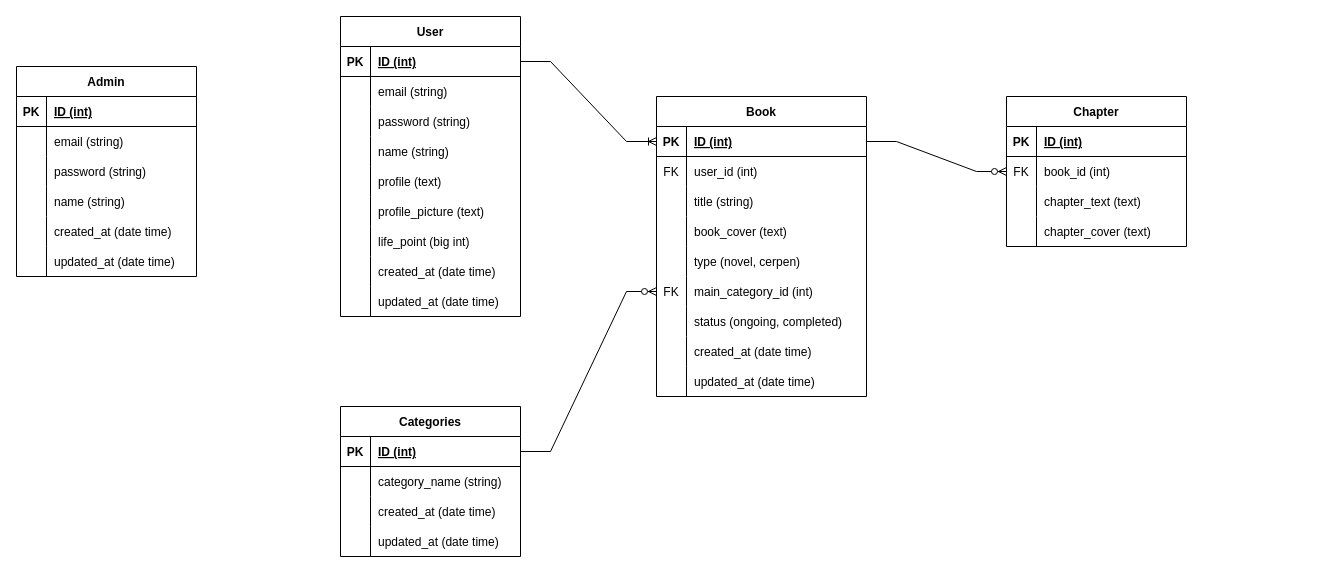
Earlier version of the draw.io diagram GedeBook Sprint 1.drawio (bimonugraraga/gedebook-api). Source tidied: cells renumbered, new cells numbered last; positions are measured from the earlier drawing's top-left corner, leaving out a move shared by most shapes. Both pictures are drawn from the tidied source at 100%, with x=0, y=0 at pixel (16, 16).
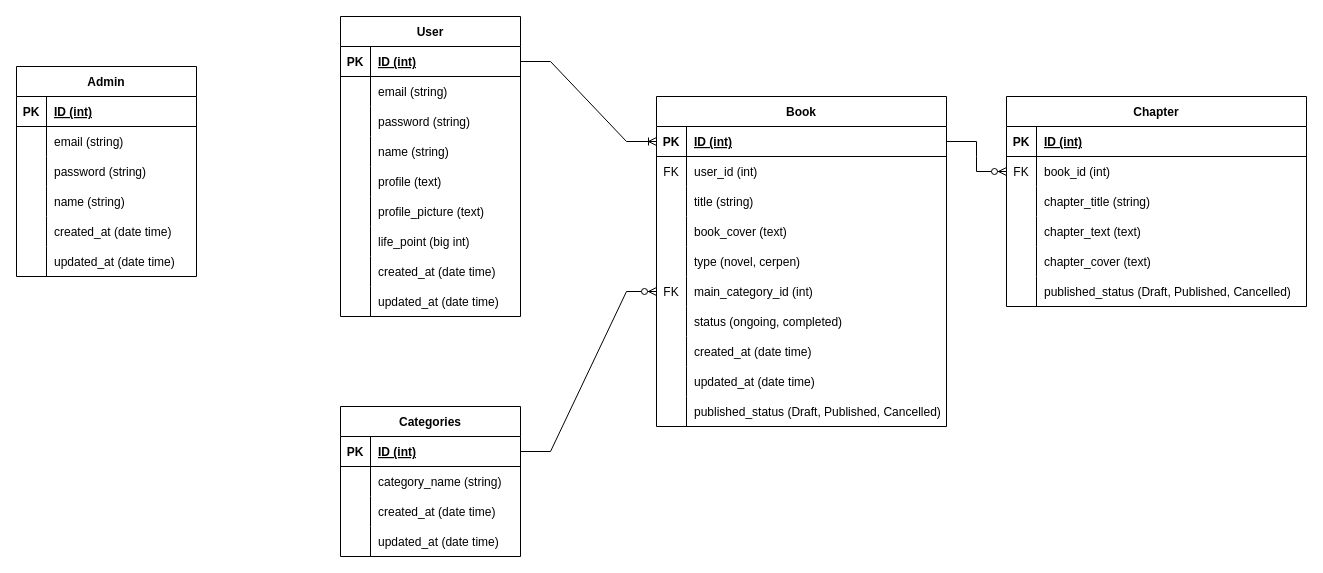
Above is the later version.

What changed in the source:
```diff
@@
     <mxCell id="62" value="Book" style="shape=table;startSize=30;childLayout=tableLayout;rowLines=0;fontStyle=1;align=center;" parent="1" vertex="1">
-      <mxGeometry x="640" y="80" width="210" height="300" as="geometry" />
+      <mxGeometry x="640" y="80" width="290" height="330" as="geometry" />
     </mxCell>
     <mxCell id="63" style="shape=tableRow;horizontal=0;startSize=0;swimlaneHead=0;swimlaneBody=0;fillColor=none;points=[[0,0.5],[1,0.5]];portConstraint=eastwest;top=0;left=0;right=0;bottom=1;" parent="62" vertex="1">
-      <mxGeometry y="30" width="210" height="30" as="geometry" />
+      <mxGeometry y="30" width="290" height="30" as="geometry" />
     </mxCell>
@@
     <mxCell id="65" value="ID (int)" style="shape=partialRectangle;fillColor=none;top=0;left=0;bottom=0;right=0;align=left;spacingLeft=6;fontStyle=5;overflow=hidden;" parent="63" vertex="1">
-      <mxGeometry x="30" width="180" height="30" as="geometry" />
+      <mxGeometry x="30" width="260" height="30" as="geometry" />
     </mxCell>
     <mxCell id="66" style="shape=tableRow;horizontal=0;startSize=0;swimlaneHead=0;swimlaneBody=0;fillColor=none;top=0;left=0;right=0;bottom=0;" parent="62" vertex="1">
-      <mxGeometry y="60" width="210" height="30" as="geometry" />
+      <mxGeometry y="60" width="290" height="30" as="geometry" />
     </mxCell>
@@
     <mxCell id="68" value="user_id (int)" style="shape=partialRectangle;fillColor=none;top=0;left=0;bottom=0;right=0;align=left;spacingLeft=6;overflow=hidden;" parent="66" vertex="1">
-      <mxGeometry x="30" width="180" height="30" as="geometry" />
+      <mxGeometry x="30" width="260" height="30" as="geometry" />
     </mxCell>
     <mxCell id="69" style="shape=tableRow;horizontal=0;startSize=0;swimlaneHead=0;swimlaneBody=0;fillColor=none;top=0;left=0;right=0;bottom=0;" parent="62" vertex="1">
-      <mxGeometry y="90" width="210" height="30" as="geometry" />
+      <mxGeometry y="90" width="290" height="30" as="geometry" />
     </mxCell>
@@
     <mxCell id="71" value="title (string)" style="shape=partialRectangle;fillColor=none;top=0;left=0;bottom=0;right=0;align=left;spacingLeft=6;overflow=hidden;" parent="69" vertex="1">
-      <mxGeometry x="30" width="180" height="30" as="geometry" />
+      <mxGeometry x="30" width="260" height="30" as="geometry" />
     </mxCell>
     <mxCell id="72" style="shape=tableRow;horizontal=0;startSize=0;swimlaneHead=0;swimlaneBody=0;fillColor=none;top=0;left=0;right=0;bottom=0;" parent="62" vertex="1">
-      <mxGeometry y="120" width="210" height="30" as="geometry" />
+      <mxGeometry y="120" width="290" height="30" as="geometry" />
     </mxCell>
@@
     <mxCell id="74" value="book_cover (text)" style="shape=partialRectangle;fillColor=none;top=0;left=0;bottom=0;right=0;align=left;spacingLeft=6;overflow=hidden;" parent="72" vertex="1">
-      <mxGeometry x="30" width="180" height="30" as="geometry" />
+      <mxGeometry x="30" width="260" height="30" as="geometry" />
     </mxCell>
     <mxCell id="75" style="shape=tableRow;horizontal=0;startSize=0;swimlaneHead=0;swimlaneBody=0;fillColor=none;top=0;left=0;right=0;bottom=0;" parent="62" vertex="1">
-      <mxGeometry y="150" width="210" height="30" as="geometry" />
+      <mxGeometry y="150" width="290" height="30" as="geometry" />
     </mxCell>
@@
     <mxCell id="77" value="type (novel, cerpen)" style="shape=partialRectangle;fillColor=none;top=0;left=0;bottom=0;right=0;align=left;spacingLeft=6;overflow=hidden;" parent="75" vertex="1">
-      <mxGeometry x="30" width="180" height="30" as="geometry" />
+      <mxGeometry x="30" width="260" height="30" as="geometry" />
     </mxCell>
     <mxCell id="78" style="shape=tableRow;horizontal=0;startSize=0;swimlaneHead=0;swimlaneBody=0;fillColor=none;points=[[0,0.5],[1,0.5]];portConstraint=eastwest;top=0;left=0;right=0;bottom=0;" parent="62" vertex="1">
-      <mxGeometry y="180" width="210" height="30" as="geometry" />
+      <mxGeometry y="180" width="290" height="30" as="geometry" />
     </mxCell>
@@
     <mxCell id="80" value="main_category_id (int)" style="shape=partialRectangle;fillColor=none;top=0;left=0;bottom=0;right=0;align=left;spacingLeft=6;overflow=hidden;" parent="78" vertex="1">
-      <mxGeometry x="30" width="180" height="30" as="geometry" />
+      <mxGeometry x="30" width="260" height="30" as="geometry" />
     </mxCell>
     <mxCell id="81" style="shape=tableRow;horizontal=0;startSize=0;swimlaneHead=0;swimlaneBody=0;fillColor=none;top=0;left=0;right=0;bottom=0;" parent="62" vertex="1">
-      <mxGeometry y="210" width="210" height="30" as="geometry" />
+      <mxGeometry y="210" width="290" height="30" as="geometry" />
     </mxCell>
@@
     <mxCell id="83" value="status (ongoing, completed)" style="shape=partialRectangle;fillColor=none;top=0;left=0;bottom=0;right=0;align=left;spacingLeft=6;overflow=hidden;" parent="81" vertex="1">
-      <mxGeometry x="30" width="180" height="30" as="geometry" />
+      <mxGeometry x="30" width="260" height="30" as="geometry" />
     </mxCell>
     <mxCell id="84" style="shape=tableRow;horizontal=0;startSize=0;swimlaneHead=0;swimlaneBody=0;fillColor=none;top=0;left=0;right=0;bottom=0;" parent="62" vertex="1">
-      <mxGeometry y="240" width="210" height="30" as="geometry" />
+      <mxGeometry y="240" width="290" height="30" as="geometry" />
     </mxCell>
@@
     <mxCell id="86" value="created_at (date time)" style="shape=partialRectangle;fillColor=none;top=0;left=0;bottom=0;right=0;align=left;spacingLeft=6;overflow=hidden;" parent="84" vertex="1">
-      <mxGeometry x="30" width="180" height="30" as="geometry" />
+      <mxGeometry x="30" width="260" height="30" as="geometry" />
     </mxCell>
     <mxCell id="87" style="shape=tableRow;horizontal=0;startSize=0;swimlaneHead=0;swimlaneBody=0;fillColor=none;top=0;left=0;right=0;bottom=0;" parent="62" vertex="1">
-      <mxGeometry y="270" width="210" height="30" as="geometry" />
+      <mxGeometry y="270" width="290" height="30" as="geometry" />
     </mxCell>
@@
     <mxCell id="89" value="updated_at (date time)" style="shape=partialRectangle;fillColor=none;top=0;left=0;bottom=0;right=0;align=left;spacingLeft=6;overflow=hidden;" parent="87" vertex="1">
-      <mxGeometry x="30" width="180" height="30" as="geometry" />
+      <mxGeometry x="30" width="260" height="30" as="geometry" />
     </mxCell>
+    <mxCell id="106" style="shape=tableRow;horizontal=0;startSize=0;swimlaneHead=0;swimlaneBody=0;fillColor=none;top=0;left=0;right=0;bottom=0;" parent="62" vertex="1">
+      <mxGeometry y="300" width="290" height="30" as="geometry" />
+    </mxCell>
+    <mxCell id="107" style="shape=partialRectangle;fillColor=none;top=0;left=0;bottom=0;right=0;overflow=hidden;" parent="106" vertex="1">
+      <mxGeometry width="30" height="30" as="geometry" />
+    </mxCell>
+    <mxCell id="108" value="published_status (Draft, Published, Cancelled)" style="shape=partialRectangle;fillColor=none;top=0;left=0;bottom=0;right=0;align=left;spacingLeft=6;overflow=hidden;" parent="106" vertex="1">
+      <mxGeometry x="30" width="260" height="30" as="geometry" />
+    </mxCell>
     <mxCell id="90" value="Chapter" style="shape=table;startSize=30;childLayout=tableLayout;rowLines=0;fontStyle=1;align=center;" parent="1" vertex="1">
-      <mxGeometry x="990" y="80" width="180" height="150" as="geometry" />
+      <mxGeometry x="990" y="80" width="300" height="210" as="geometry" />
     </mxCell>
     <mxCell id="91" style="shape=tableRow;horizontal=0;startSize=0;swimlaneHead=0;swimlaneBody=0;fillColor=none;top=0;left=0;right=0;bottom=1;" parent="90" vertex="1">
-      <mxGeometry y="30" width="180" height="30" as="geometry" />
+      <mxGeometry y="30" width="300" height="30" as="geometry" />
     </mxCell>
@@
     <mxCell id="93" value="ID (int)" style="shape=partialRectangle;fillColor=none;top=0;left=0;bottom=0;right=0;align=left;spacingLeft=6;fontStyle=5;overflow=hidden;" parent="91" vertex="1">
-      <mxGeometry x="30" width="150" height="30" as="geometry" />
+      <mxGeometry x="30" width="270" height="30" as="geometry" />
     </mxCell>
     <mxCell id="94" style="shape=tableRow;horizontal=0;startSize=0;swimlaneHead=0;swimlaneBody=0;fillColor=none;points=[[0,0.5],[1,0.5]];portConstraint=eastwest;top=0;left=0;right=0;bottom=0;" parent="90" vertex="1">
-      <mxGeometry y="60" width="180" height="30" as="geometry" />
+      <mxGeometry y="60" width="300" height="30" as="geometry" />
     </mxCell>
@@
     <mxCell id="96" value="book_id (int)" style="shape=partialRectangle;fillColor=none;top=0;left=0;bottom=0;right=0;align=left;spacingLeft=6;overflow=hidden;" parent="94" vertex="1">
-      <mxGeometry x="30" width="150" height="30" as="geometry" />
+      <mxGeometry x="30" width="270" height="30" as="geometry" />
     </mxCell>
+    <mxCell id="109" style="shape=tableRow;horizontal=0;startSize=0;swimlaneHead=0;swimlaneBody=0;fillColor=none;top=0;left=0;right=0;bottom=0;" parent="90" vertex="1">
+      <mxGeometry y="90" width="300" height="30" as="geometry" />
+    </mxCell>
+    <mxCell id="110" style="shape=partialRectangle;fillColor=none;top=0;left=0;bottom=0;right=0;overflow=hidden;" parent="109" vertex="1">
+      <mxGeometry width="30" height="30" as="geometry" />
+    </mxCell>
+    <mxCell id="111" value="chapter_title (string)" style="shape=partialRectangle;fillColor=none;top=0;left=0;bottom=0;right=0;align=left;spacingLeft=6;overflow=hidden;" parent="109" vertex="1">
+      <mxGeometry x="30" width="270" height="30" as="geometry" />
+    </mxCell>
     <mxCell id="97" style="shape=tableRow;horizontal=0;startSize=0;swimlaneHead=0;swimlaneBody=0;fillColor=none;top=0;left=0;right=0;bottom=0;" parent="90" vertex="1">
-      <mxGeometry y="90" width="180" height="30" as="geometry" />
+      <mxGeometry y="120" width="300" height="30" as="geometry" />
     </mxCell>
@@
     <mxCell id="99" value="chapter_text (text)" style="shape=partialRectangle;fillColor=none;top=0;left=0;bottom=0;right=0;align=left;spacingLeft=6;overflow=hidden;" parent="97" vertex="1">
-      <mxGeometry x="30" width="150" height="30" as="geometry" />
+      <mxGeometry x="30" width="270" height="30" as="geometry" />
     </mxCell>
     <mxCell id="100" style="shape=tableRow;horizontal=0;startSize=0;swimlaneHead=0;swimlaneBody=0;fillColor=none;top=0;left=0;right=0;bottom=0;" parent="90" vertex="1">
-      <mxGeometry y="120" width="180" height="30" as="geometry" />
+      <mxGeometry y="150" width="300" height="30" as="geometry" />
     </mxCell>
@@
     <mxCell id="102" value="chapter_cover (text)" style="shape=partialRectangle;fillColor=none;top=0;left=0;bottom=0;right=0;align=left;spacingLeft=6;overflow=hidden;" parent="100" vertex="1">
-      <mxGeometry x="30" width="150" height="30" as="geometry" />
+      <mxGeometry x="30" width="270" height="30" as="geometry" />
     </mxCell>
+    <mxCell id="112" style="shape=tableRow;horizontal=0;startSize=0;swimlaneHead=0;swimlaneBody=0;fillColor=none;top=0;left=0;right=0;bottom=0;" parent="90" vertex="1">
+      <mxGeometry y="180" width="300" height="30" as="geometry" />
+    </mxCell>
+    <mxCell id="113" style="shape=partialRectangle;fillColor=none;top=0;left=0;bottom=0;right=0;overflow=hidden;" parent="112" vertex="1">
+      <mxGeometry width="30" height="30" as="geometry" />
+    </mxCell>
+    <mxCell id="114" value="published_status (Draft, Published, Cancelled)" style="shape=partialRectangle;fillColor=none;top=0;left=0;bottom=0;right=0;align=left;spacingLeft=6;overflow=hidden;" parent="112" vertex="1">
+      <mxGeometry x="30" width="270" height="30" as="geometry" />
+    </mxCell>
```
